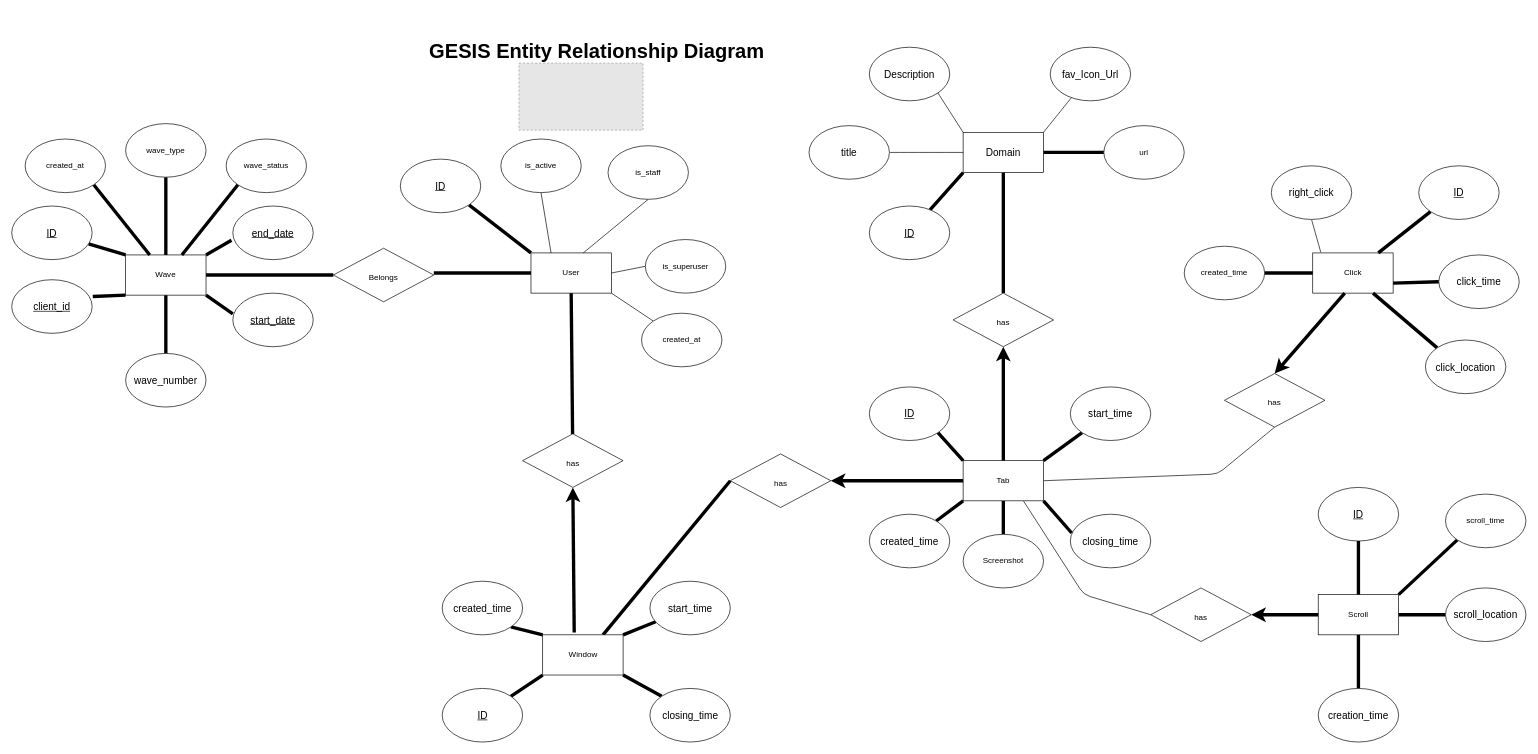
gesiscss/gesis_surf_backend keeps this draw.io diagram as entity_relationship_diagram.drawio. Above is the earlier version. Source tidied: cells renumbered, new cells numbered last; positions are measured from the earlier drawing's top-left corner, leaving out a move shared by most shapes. Both pictures are drawn from the tidied source at 67%, with x=0, y=0 at pixel (11, 11). Pictures stored in the file or linked from it are replaced by grey dashed boxes.
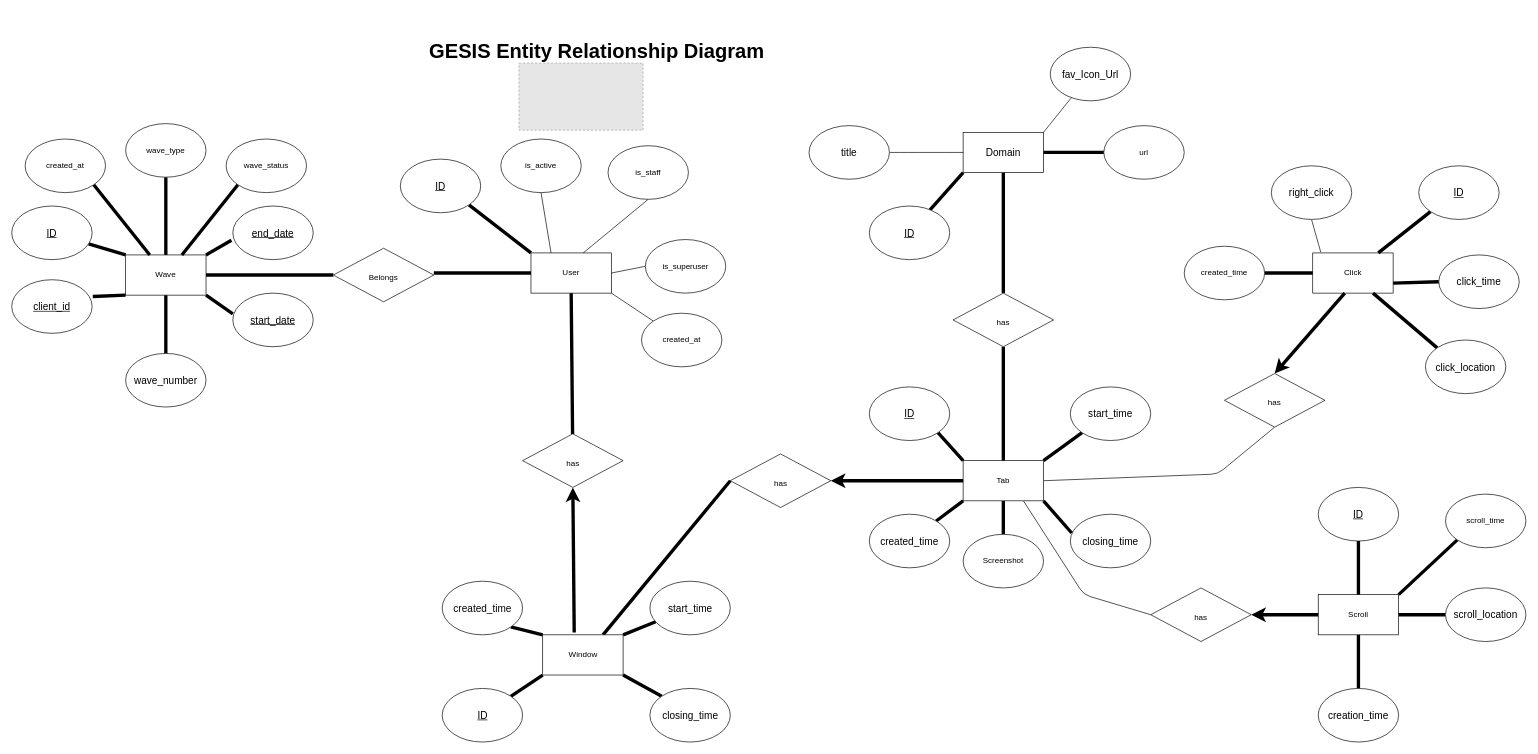
The same diagram, later.

The change refers to these unchanged cells:
```xml
<mxCell id="18" value="Tab" style="rounded=0;whiteSpace=wrap;html=1;" parent="1" vertex="1">
  <mxGeometry x="1420" y="670" width="120" height="60" as="geometry" />
</mxCell>
<mxCell id="24" value="Domain" style="rounded=0;whiteSpace=wrap;html=1;fontSize=15;" parent="1" vertex="1">
  <mxGeometry x="1420" y="180" width="120" height="60" as="geometry" />
</mxCell>
<mxCell id="77" value="&lt;span style=&quot;font-size: 12px;&quot;&gt;has&lt;/span&gt;" style="rhombus;whiteSpace=wrap;html=1;fontSize=20;" parent="1" vertex="1">
  <mxGeometry x="1405" y="420" width="150" height="80" as="geometry" />
</mxCell>
```

Change to the diagram source:
```diff
@@
-    <mxCell id="47" style="edgeStyle=none;curved=1;html=1;exitX=1;exitY=1;exitDx=0;exitDy=0;entryX=0;entryY=0;entryDx=0;entryDy=0;fontSize=15;endArrow=none;endFill=0;" parent="1" edge="1" source="48" target="24">
-      <mxGeometry relative="1" as="geometry" />
-    </mxCell>
-    <mxCell id="48" value="Description" style="ellipse;whiteSpace=wrap;html=1;fontSize=15;" parent="1" vertex="1">
-      <mxGeometry x="1280" y="53" width="120" height="80" as="geometry" />
-    </mxCell>
@@
-    <mxCell id="76" style="edgeStyle=none;html=1;exitX=0.5;exitY=1;exitDx=0;exitDy=0;entryX=0.5;entryY=0;entryDx=0;entryDy=0;strokeWidth=5;startArrow=classic;startFill=1;endArrow=none;endFill=0;" parent="1" edge="1" source="77" target="18">
+    <mxCell id="76" style="edgeStyle=none;html=1;exitX=0.5;exitY=1;exitDx=0;exitDy=0;entryX=0.5;entryY=0;entryDx=0;entryDy=0;strokeWidth=5;startArrow=none;startFill=0;endArrow=none;endFill=0;" parent="1" edge="1" source="77" target="18">
       <mxGeometry relative="1" as="geometry" />
     </mxCell>
```
